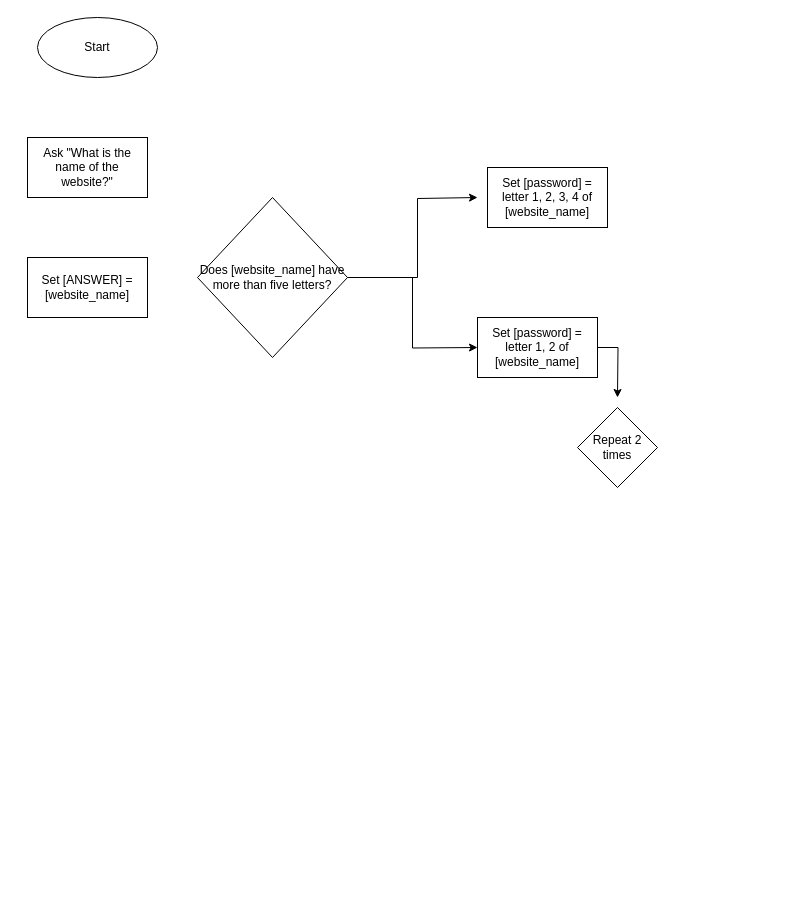
The draw.io diagram Password_Generator.drawio in sofawho/ap-csp, before the edit. Source tidied: cells renumbered, new cells numbered last; positions are measured from the earlier drawing's top-left corner, leaving out a move shared by most shapes. Both pictures are drawn from the tidied source at 100%, with x=0, y=0 at pixel (27, 17).
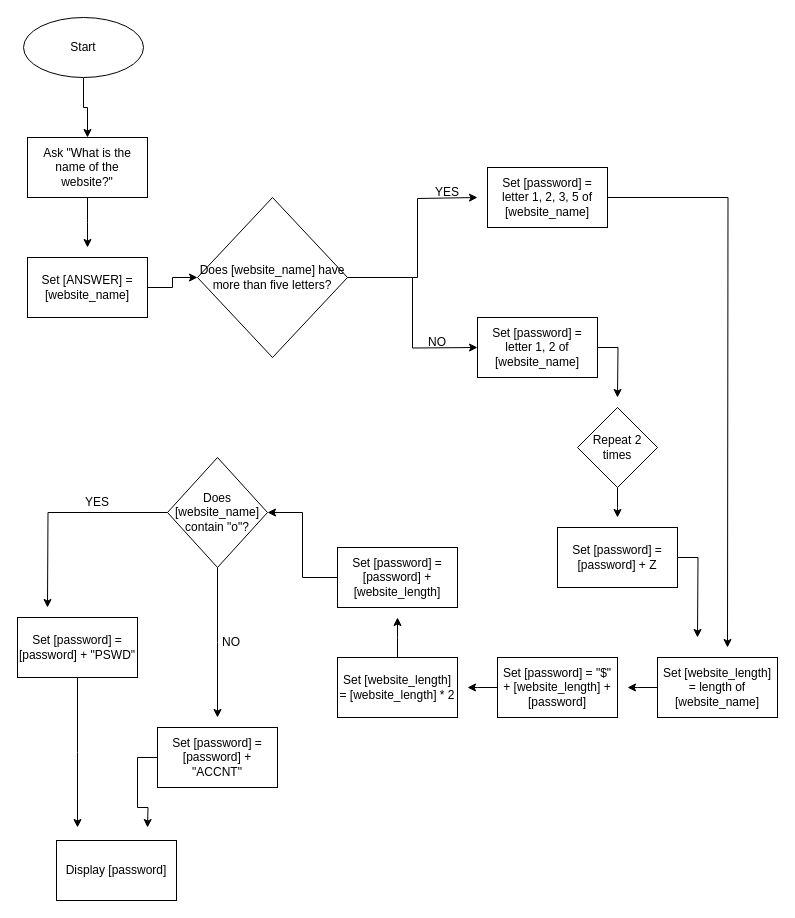
After the change.

Unchanged cells that the change refers to:
```xml
<mxCell id="3" value="Ask &quot;What is the name of the website?&quot;" style="rounded=0;whiteSpace=wrap;html=1;" parent="1" vertex="1">
  <mxGeometry y="120" width="120" height="60" as="geometry" />
</mxCell>
<mxCell id="4" value="Set [ANSWER] = [website_name]" style="rounded=0;whiteSpace=wrap;html=1;" parent="1" vertex="1">
  <mxGeometry y="240" width="120" height="60" as="geometry" />
</mxCell>
<mxCell id="7" value="Does [website_name] have more than five letters?" style="rhombus;whiteSpace=wrap;html=1;" parent="1" vertex="1">
  <mxGeometry x="170" y="180" width="150" height="160" as="geometry" />
</mxCell>
<mxCell id="11" value="Repeat 2 times" style="rhombus;whiteSpace=wrap;html=1;" parent="1" vertex="1">
  <mxGeometry x="550" y="390" width="80" height="80" as="geometry" />
</mxCell>
```

Change to the diagram source:
```diff
@@
+    <mxCell id="12" style="edgeStyle=orthogonalEdgeStyle;rounded=0;jettySize=auto;html=1;entryX=0.5;entryY=0;entryDx=0;entryDy=0;" parent="1" edge="1" source="2" target="3">
+      <mxGeometry relative="1" as="geometry" />
+    </mxCell>
     <mxCell id="2" value="Start" style="ellipse;whiteSpace=wrap;html=1;" parent="1" vertex="1">
-      <mxGeometry x="10" width="120" height="60" as="geometry" />
+      <mxGeometry x="-4" width="120" height="60" as="geometry" />
     </mxCell>
+    <mxCell id="13" style="edgeStyle=orthogonalEdgeStyle;rounded=0;jettySize=auto;html=1;" parent="1" edge="1" source="3">
+      <mxGeometry relative="1" as="geometry">
+        <mxPoint x="60" y="230" as="targetPoint" />
+      </mxGeometry>
+    </mxCell>
@@
+    <mxCell id="14" style="edgeStyle=orthogonalEdgeStyle;rounded=0;jettySize=auto;html=1;" parent="1" edge="1" source="4" target="7">
+      <mxGeometry relative="1" as="geometry" />
+    </mxCell>
@@
+    <mxCell id="15" style="edgeStyle=orthogonalEdgeStyle;rounded=0;jettySize=auto;html=1;" parent="1" edge="1" source="8">
+      <mxGeometry relative="1" as="geometry">
+        <mxPoint x="700" y="630" as="targetPoint" />
+      </mxGeometry>
+    </mxCell>
-    <mxCell id="8" value="Set [password] = letter 1, 2, 3, 4 of [website_name]" style="rounded=0;whiteSpace=wrap;html=1;" parent="1" vertex="1">
+    <mxCell id="8" value="Set [password] = letter 1, 2, 3, 5 of [website_name]" style="rounded=0;whiteSpace=wrap;html=1;" parent="1" vertex="1">
       <mxGeometry x="460" y="150" width="120" height="60" as="geometry" />
     </mxCell>
@@
+    <mxCell id="16" style="edgeStyle=orthogonalEdgeStyle;rounded=0;jettySize=auto;html=1;" parent="1" edge="1" source="11">
+      <mxGeometry relative="1" as="geometry">
+        <mxPoint x="590" y="500" as="targetPoint" />
+      </mxGeometry>
+    </mxCell>
@@
+    <mxCell id="17" style="edgeStyle=orthogonalEdgeStyle;rounded=0;jettySize=auto;html=1;" parent="1" edge="1" source="18">
+      <mxGeometry relative="1" as="geometry">
+        <mxPoint x="670" y="620" as="targetPoint" />
+      </mxGeometry>
+    </mxCell>
+    <mxCell id="18" value="Set [password] = [password] + Z" style="rounded=0;whiteSpace=wrap;html=1;" parent="1" vertex="1">
+      <mxGeometry x="530" y="510" width="120" height="60" as="geometry" />
+    </mxCell>
+    <mxCell id="19" style="edgeStyle=orthogonalEdgeStyle;rounded=0;jettySize=auto;html=1;" parent="1" edge="1" source="20">
+      <mxGeometry relative="1" as="geometry">
+        <mxPoint x="600" y="670" as="targetPoint" />
+      </mxGeometry>
+    </mxCell>
+    <mxCell id="20" value="Set [website_length] = length of [website_name]" style="rounded=0;whiteSpace=wrap;html=1;" parent="1" vertex="1">
+      <mxGeometry x="630" y="640" width="120" height="60" as="geometry" />
+    </mxCell>
+    <mxCell id="21" style="edgeStyle=orthogonalEdgeStyle;rounded=0;jettySize=auto;html=1;" parent="1" edge="1" source="22">
+      <mxGeometry relative="1" as="geometry">
+        <mxPoint x="440" y="670" as="targetPoint" />
+      </mxGeometry>
+    </mxCell>
+    <mxCell id="22" value="Set [password] = &quot;$&quot; + [website_length] + [password]" style="rounded=0;whiteSpace=wrap;html=1;" parent="1" vertex="1">
+      <mxGeometry x="470" y="640" width="120" height="60" as="geometry" />
+    </mxCell>
+    <mxCell id="23" style="edgeStyle=orthogonalEdgeStyle;rounded=0;jettySize=auto;html=1;" parent="1" edge="1" source="24">
+      <mxGeometry relative="1" as="geometry">
+        <mxPoint x="370" y="600" as="targetPoint" />
+      </mxGeometry>
+    </mxCell>
+    <mxCell id="24" value="Set [website_length] = [website_length] * 2" style="rounded=0;whiteSpace=wrap;html=1;" parent="1" vertex="1">
+      <mxGeometry x="310" y="640" width="120" height="60" as="geometry" />
+    </mxCell>
+    <mxCell id="25" style="edgeStyle=orthogonalEdgeStyle;rounded=0;jettySize=auto;html=1;" parent="1" edge="1" source="26" target="29">
+      <mxGeometry relative="1" as="geometry" />
+    </mxCell>
+    <mxCell id="26" value="Set [password] = [password] + [website_length]" style="rounded=0;whiteSpace=wrap;html=1;" parent="1" vertex="1">
+      <mxGeometry x="310" y="530" width="120" height="60" as="geometry" />
+    </mxCell>
+    <mxCell id="27" style="edgeStyle=orthogonalEdgeStyle;rounded=0;jettySize=auto;html=1;" parent="1" edge="1" source="29">
+      <mxGeometry relative="1" as="geometry">
+        <mxPoint x="20" y="590" as="targetPoint" />
+      </mxGeometry>
+    </mxCell>
+    <mxCell id="28" style="edgeStyle=orthogonalEdgeStyle;rounded=0;jettySize=auto;html=1;" parent="1" edge="1" source="29">
+      <mxGeometry relative="1" as="geometry">
+        <mxPoint x="190" y="700" as="targetPoint" />
+      </mxGeometry>
+    </mxCell>
+    <mxCell id="29" value="Does [website_name] contain &quot;o&quot;?" style="rhombus;whiteSpace=wrap;html=1;" parent="1" vertex="1">
+      <mxGeometry x="140" y="440" width="100" height="110" as="geometry" />
+    </mxCell>
+    <mxCell id="30" style="edgeStyle=orthogonalEdgeStyle;rounded=0;jettySize=auto;html=1;" parent="1" edge="1" source="31">
+      <mxGeometry relative="1" as="geometry">
+        <mxPoint x="50" y="810" as="targetPoint" />
+      </mxGeometry>
+    </mxCell>
+    <mxCell id="31" value="Set [password] = [password] + &quot;PSWD&quot;" style="rounded=0;whiteSpace=wrap;html=1;" parent="1" vertex="1">
+      <mxGeometry x="-10" y="600" width="120" height="60" as="geometry" />
+    </mxCell>
+    <mxCell id="32" style="edgeStyle=orthogonalEdgeStyle;rounded=0;jettySize=auto;html=1;" parent="1" edge="1" source="33">
+      <mxGeometry relative="1" as="geometry">
+        <mxPoint x="120" y="810" as="targetPoint" />
+      </mxGeometry>
+    </mxCell>
+    <mxCell id="33" value="Set [password] = [password] + &quot;ACCNT&quot;" style="rounded=0;whiteSpace=wrap;html=1;" parent="1" vertex="1">
+      <mxGeometry x="130" y="710" width="120" height="60" as="geometry" />
+    </mxCell>
+    <mxCell id="34" value="Display [password]" style="rounded=0;whiteSpace=wrap;html=1;" parent="1" vertex="1">
+      <mxGeometry x="29" y="823" width="120" height="60" as="geometry" />
+    </mxCell>
+    <mxCell id="35" value="YES" style="text;html=1;strokeColor=none;fillColor=none;align=center;verticalAlign=middle;whiteSpace=wrap;rounded=0;" parent="1" vertex="1">
+      <mxGeometry x="390" y="160" width="60" height="30" as="geometry" />
+    </mxCell>
+    <mxCell id="36" value="NO" style="text;html=1;strokeColor=none;fillColor=none;align=center;verticalAlign=middle;whiteSpace=wrap;rounded=0;" parent="1" vertex="1">
+      <mxGeometry x="380" y="310" width="60" height="30" as="geometry" />
+    </mxCell>
+    <mxCell id="37" value="YES" style="text;html=1;strokeColor=none;fillColor=none;align=center;verticalAlign=middle;whiteSpace=wrap;rounded=0;" parent="1" vertex="1">
+      <mxGeometry x="40" y="470" width="60" height="30" as="geometry" />
+    </mxCell>
+    <mxCell id="38" value="NO" style="text;html=1;strokeColor=none;fillColor=none;align=center;verticalAlign=middle;whiteSpace=wrap;rounded=0;" parent="1" vertex="1">
+      <mxGeometry x="174" y="610" width="60" height="30" as="geometry" />
+    </mxCell>
```
